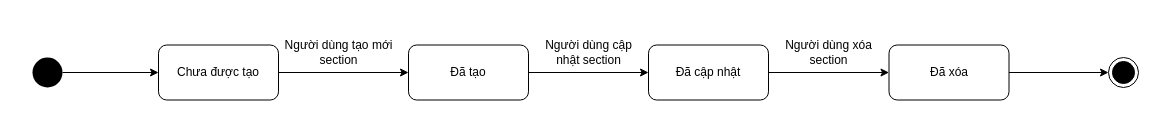
Merevoli-DatLuu/To-Do-App keeps this draw.io diagram as ToDoApp-Doc/Document/Diagram/State Machine Diagram/ManageSection/ManageSection.drawio. Above is the earlier version. Source tidied: cells renumbered, new cells numbered last; positions are measured from the earlier drawing's top-left corner, leaving out a move shared by most shapes. Both pictures are drawn from the tidied source at 100%, with x=0, y=0 at pixel (32, 37).
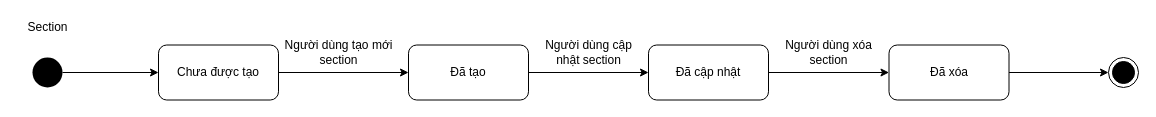
Above is the later version.

Commit message:
[Document, Modified]: ManageSection.drawio StateDiagram

Change to the diagram source:
```diff
@@
 <mxGraphModel>
   <root>
     <mxCell id="0" />
     <mxCell id="1" parent="0" />
     <mxCell id="2" style="edgeStyle=orthogonalEdgeStyle;rounded=0;jettySize=auto;html=1;" parent="1" edge="1" source="3" target="5">
       <mxGeometry relative="1" as="geometry" />
     </mxCell>
     <mxCell id="3" style="ellipse;fillColor=#000000;strokeColor=none;" parent="1" vertex="1">
       <mxGeometry y="20" width="30" height="30" as="geometry" />
     </mxCell>
     <mxCell id="4" style="edgeStyle=orthogonalEdgeStyle;rounded=0;jettySize=auto;html=1;entryX=0;entryY=0.5;entryDx=0;entryDy=0;" parent="1" edge="1" source="5" target="7">
       <mxGeometry relative="1" as="geometry" />
     </mxCell>
     <mxCell id="5" value="Chưa được tạo" style="rounded=1;whiteSpace=wrap;html=1;" parent="1" vertex="1">
       <mxGeometry x="126" y="7.5" width="120" height="55" as="geometry" />
     </mxCell>
     <mxCell id="6" style="edgeStyle=orthogonalEdgeStyle;rounded=0;jettySize=auto;html=1;entryX=0;entryY=0.5;entryDx=0;entryDy=0;" parent="1" edge="1" source="7" target="9">
       <mxGeometry relative="1" as="geometry" />
     </mxCell>
     <mxCell id="7" value="Đã tạo" style="rounded=1;whiteSpace=wrap;html=1;" parent="1" vertex="1">
       <mxGeometry x="376" y="7.5" width="120" height="55" as="geometry" />
     </mxCell>
     <mxCell id="8" style="edgeStyle=orthogonalEdgeStyle;rounded=0;jettySize=auto;html=1;" parent="1" edge="1" source="9" target="11">
       <mxGeometry relative="1" as="geometry" />
     </mxCell>
     <mxCell id="9" value="Đã cập nhật" style="rounded=1;whiteSpace=wrap;html=1;" parent="1" vertex="1">
       <mxGeometry x="616" y="7.5" width="120" height="55" as="geometry" />
     </mxCell>
     <mxCell id="10" style="edgeStyle=orthogonalEdgeStyle;rounded=0;jettySize=auto;html=1;" parent="1" edge="1" source="11" target="15">
       <mxGeometry relative="1" as="geometry" />
     </mxCell>
     <mxCell id="11" value="Đã xóa" style="rounded=1;whiteSpace=wrap;html=1;" parent="1" vertex="1">
       <mxGeometry x="856.5" y="7.5" width="120" height="55" as="geometry" />
     </mxCell>
     <mxCell id="12" value="&lt;div&gt;Người dùng tạo mới&lt;/div&gt;&lt;div&gt;section&lt;br&gt;&lt;/div&gt;" style="text;html=1;align=center;verticalAlign=middle;" parent="1" vertex="1">
       <mxGeometry x="246" width="120" height="30" as="geometry" />
     </mxCell>
     <mxCell id="13" value="&lt;div&gt;Người dùng cập &lt;br&gt;&lt;/div&gt;&lt;div&gt;nhật section&lt;br&gt;&lt;/div&gt;" style="text;html=1;align=center;verticalAlign=middle;" parent="1" vertex="1">
       <mxGeometry x="506" width="100" height="30" as="geometry" />
     </mxCell>
     <mxCell id="14" value="&lt;div&gt;Người dùng xóa&lt;/div&gt;&lt;div&gt;section&lt;br&gt;&lt;/div&gt;" style="text;html=1;align=center;verticalAlign=middle;" parent="1" vertex="1">
       <mxGeometry x="746" width="100" height="30" as="geometry" />
     </mxCell>
     <mxCell id="15" style="ellipse;html=1;shape=endState;fillColor=#000000;strokeColor=#000000;" parent="1" vertex="1">
       <mxGeometry x="1076" y="20" width="30" height="30" as="geometry" />
     </mxCell>
+    <mxCell id="16" value="Section" style="text;html=1;align=center;verticalAlign=middle;" parent="1" vertex="1">
+      <mxGeometry x="-15" y="-20" width="60" height="20" as="geometry" />
+    </mxCell>
   </root>
 </mxGraphModel>
```
